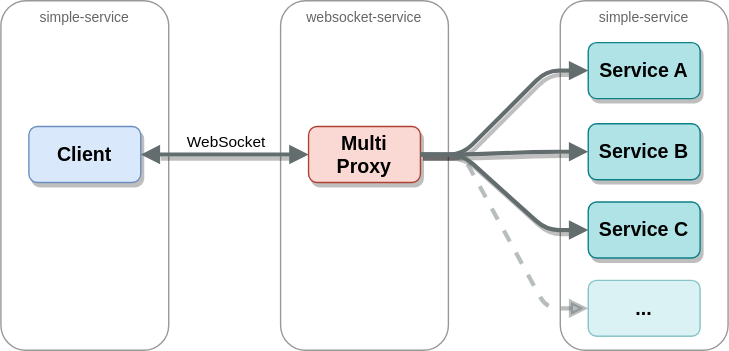
The draw.io diagram doc/overview.svg in safiahlberg/multiproxy-websocket, before a commit. Source tidied: cells renumbered, new cells last; positions are measured from the earlier drawing's top-left corner, leaving out a move shared by most shapes.
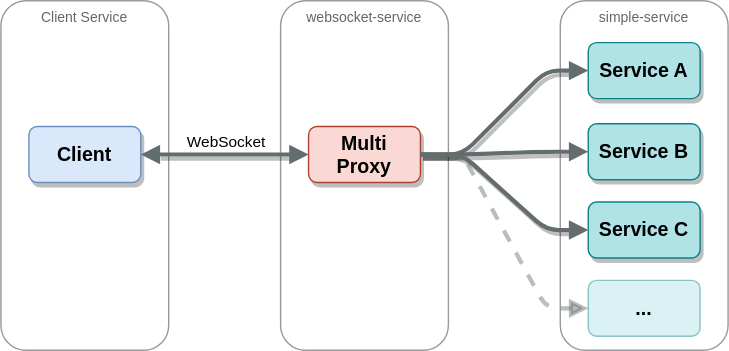
Later version of the same file.

Diff of the diagram source:
```diff
@@ -5,7 +5,7 @@
     <mxCell id="2" value="simple-service" style="rounded=1;whiteSpace=wrap;html=1;verticalAlign=top;strokeColor=#999999;fontColor=#666666;fontSize=10;fontFamily=Helvetica;" parent="1" vertex="1">
       <mxGeometry x="400" width="120" height="250" as="geometry" />
     </mxCell>
-    <mxCell id="3" value="simple-service" style="rounded=1;whiteSpace=wrap;html=1;verticalAlign=top;strokeColor=#999999;fontColor=#666666;fontSize=10;fontFamily=Helvetica;" parent="1" vertex="1">
+    <mxCell id="3" value="Client Service" style="rounded=1;whiteSpace=wrap;html=1;verticalAlign=top;strokeColor=#999999;fontColor=#666666;fontSize=10;fontFamily=Helvetica;" parent="1" vertex="1">
       <mxGeometry width="120" height="250" as="geometry" />
     </mxCell>
     <mxCell id="4" value="websocket-service" style="rounded=1;whiteSpace=wrap;html=1;verticalAlign=top;strokeColor=#999999;fontColor=#666666;fontSize=10;fontFamily=Helvetica;" parent="1" vertex="1">
```
